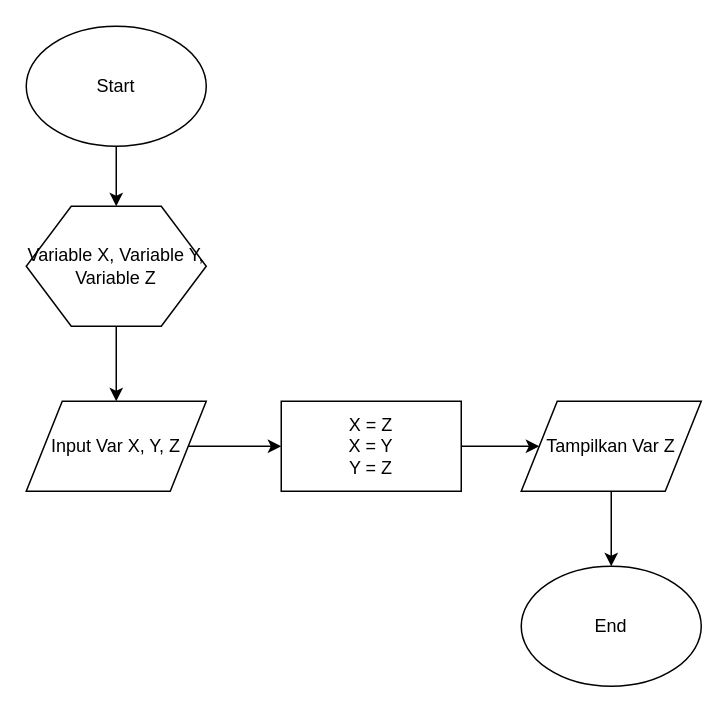
Earlier version of the draw.io diagram QuizPakBro No2.drawio (suryaindra23/belajar). Source tidied: cells renumbered, new cells numbered last; positions are measured from the earlier drawing's top-left corner, leaving out a move shared by most shapes. Both pictures are drawn from the tidied source at 150%, with x=0, y=0 at pixel (26, 26).
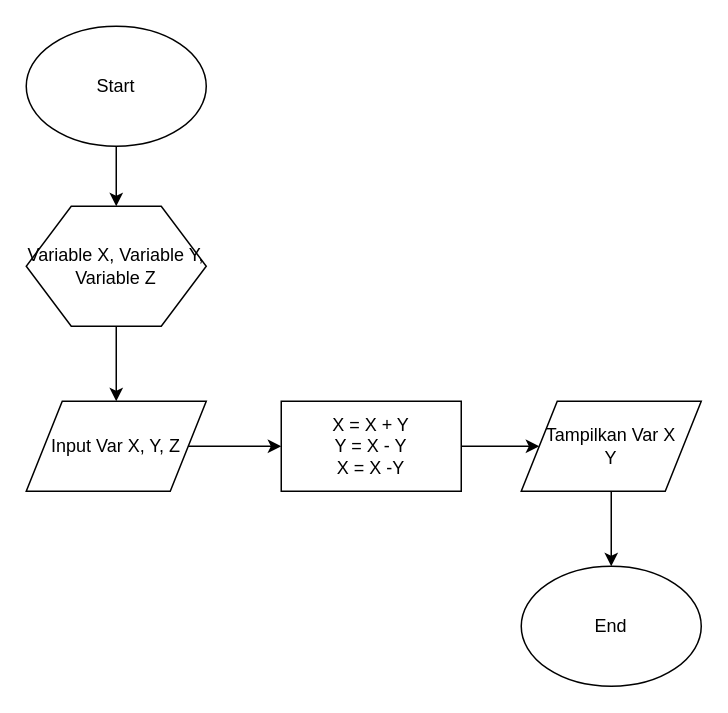
After the change.

Diff of the diagram source:
```diff
@@
 <mxGraphModel background="#ffffff">
   <root>
     <mxCell id="0" />
     <mxCell id="1" parent="0" />
     <mxCell id="2" style="edgeStyle=orthogonalEdgeStyle;rounded=0;jettySize=auto;html=1;" parent="1" edge="1" source="3" target="5">
       <mxGeometry relative="1" as="geometry" />
     </mxCell>
     <mxCell id="3" value="Start" style="ellipse;whiteSpace=wrap;html=1;" parent="1" vertex="1">
       <mxGeometry width="120" height="80" as="geometry" />
     </mxCell>
     <mxCell id="4" style="edgeStyle=orthogonalEdgeStyle;rounded=0;jettySize=auto;html=1;" parent="1" edge="1" source="5" target="7">
       <mxGeometry relative="1" as="geometry" />
     </mxCell>
     <mxCell id="5" value="Variable X, Variable Y, Variable Z" style="shape=hexagon;perimeter=hexagonPerimeter2;whiteSpace=wrap;html=1;" parent="1" vertex="1">
       <mxGeometry y="120" width="120" height="80" as="geometry" />
     </mxCell>
     <mxCell id="6" style="edgeStyle=orthogonalEdgeStyle;rounded=0;jettySize=auto;html=1;" parent="1" edge="1" source="7" target="9">
       <mxGeometry relative="1" as="geometry" />
     </mxCell>
     <mxCell id="7" value="Input Var X, Y, Z" style="shape=parallelogram;perimeter=parallelogramPerimeter;whiteSpace=wrap;html=1;" parent="1" vertex="1">
       <mxGeometry y="250" width="120" height="60" as="geometry" />
     </mxCell>
     <mxCell id="8" style="edgeStyle=orthogonalEdgeStyle;rounded=0;jettySize=auto;html=1;" parent="1" edge="1" source="9" target="11">
       <mxGeometry relative="1" as="geometry" />
     </mxCell>
-    <mxCell id="9" value="X = Z&lt;br&gt;X = Y&lt;br&gt;Y = Z" style="rounded=0;whiteSpace=wrap;html=1;" parent="1" vertex="1">
+    <mxCell id="9" value="X = X + Y&lt;br&gt;Y = X - Y&lt;br&gt;X = X -Y" style="rounded=0;whiteSpace=wrap;html=1;" parent="1" vertex="1">
       <mxGeometry x="170" y="250" width="120" height="60" as="geometry" />
     </mxCell>
     <mxCell id="10" style="edgeStyle=orthogonalEdgeStyle;rounded=0;jettySize=auto;html=1;" parent="1" edge="1" source="11" target="12">
       <mxGeometry relative="1" as="geometry" />
     </mxCell>
-    <mxCell id="11" value="Tampilkan Var Z" style="shape=parallelogram;perimeter=parallelogramPerimeter;whiteSpace=wrap;html=1;" parent="1" vertex="1">
+    <mxCell id="11" value="Tampilkan Var X&lt;br&gt;Y" style="shape=parallelogram;perimeter=parallelogramPerimeter;whiteSpace=wrap;html=1;" parent="1" vertex="1">
       <mxGeometry x="330" y="250" width="120" height="60" as="geometry" />
     </mxCell>
     <mxCell id="12" value="End" style="ellipse;whiteSpace=wrap;html=1;" parent="1" vertex="1">
       <mxGeometry x="330" y="360" width="120" height="80" as="geometry" />
     </mxCell>
   </root>
 </mxGraphModel>
```
